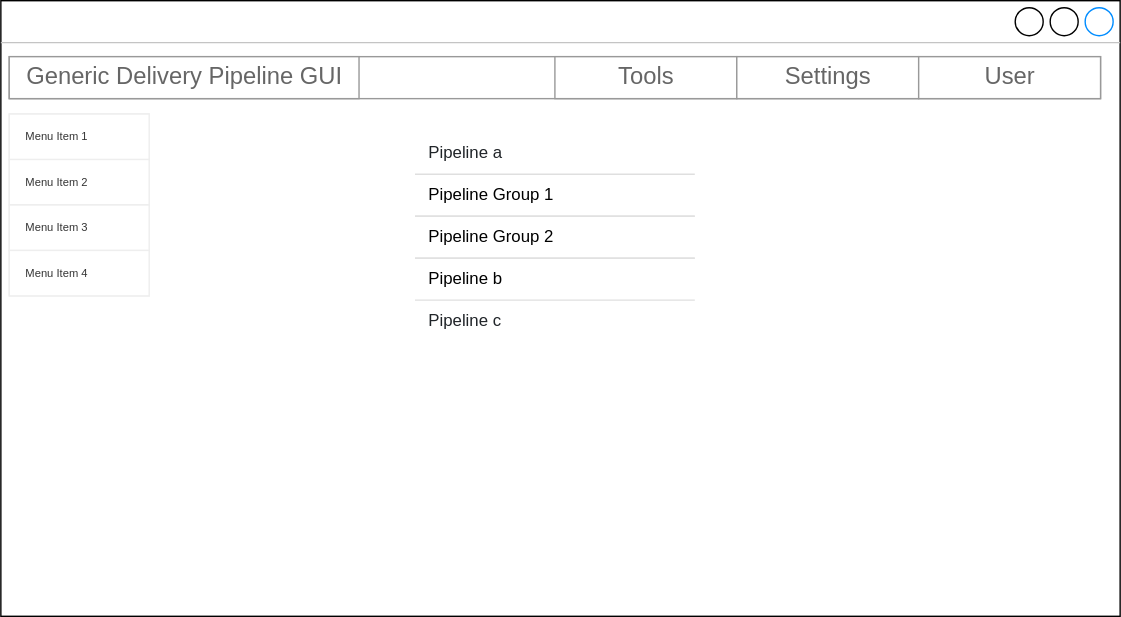
Earlier version of the draw.io export images/start-page.svg (elatella/generic-delivery-pipeline-gui). Source tidied: cells renumbered, new cells last; positions are measured from the earlier drawing's top-left corner, leaving out a move shared by most shapes. The source it was exported from:
```xml
<mxGraphModel>
  <root>
    <mxCell id="0" />
    <mxCell id="1" parent="0" />
    <mxCell id="2" style="strokeWidth=1;shadow=0;dashed=0;align=center;html=1;shape=mxgraph.mockup.containers.window;align=left;verticalAlign=top;spacingLeft=8;strokeColor2=#008cff;strokeColor3=#c4c4c4;fontColor=#666666;mainText=;fontSize=17;labelBackgroundColor=none;" parent="1" vertex="1">
      <mxGeometry width="800" height="440" as="geometry" />
    </mxCell>
    <mxCell id="3" style="strokeWidth=1;html=1;shadow=0;dashed=0;shape=mxgraph.android.rrect;rSize=0;strokeColor=#eeeeee;fillColor=#ffffff;gradientColor=none;" parent="1" vertex="1">
      <mxGeometry x="6" y="81" width="100" height="130" as="geometry" />
    </mxCell>
    <mxCell id="4" value="Menu Item 1" style="strokeColor=inherit;fillColor=inherit;gradientColor=inherit;strokeWidth=1;html=1;shadow=0;dashed=0;shape=mxgraph.android.rrect;rSize=0;align=left;spacingLeft=10;fontSize=8;fontColor=#333333;" parent="3" vertex="1">
      <mxGeometry width="100" height="32.5" as="geometry" />
    </mxCell>
    <mxCell id="5" value="Menu Item 2" style="strokeColor=inherit;fillColor=inherit;gradientColor=inherit;strokeWidth=1;html=1;shadow=0;dashed=0;shape=mxgraph.android.rrect;rSize=0;align=left;spacingLeft=10;fontSize=8;fontColor=#333333;" parent="3" vertex="1">
      <mxGeometry y="32.5" width="100" height="32.5" as="geometry" />
    </mxCell>
    <mxCell id="6" value="Menu Item 3" style="strokeColor=inherit;fillColor=inherit;gradientColor=inherit;strokeWidth=1;html=1;shadow=0;dashed=0;shape=mxgraph.android.rrect;rSize=0;align=left;spacingLeft=10;fontSize=8;fontColor=#333333;" parent="3" vertex="1">
      <mxGeometry y="65" width="100" height="32.5" as="geometry" />
    </mxCell>
    <mxCell id="7" value="Menu Item 4" style="strokeColor=inherit;fillColor=inherit;gradientColor=inherit;strokeWidth=1;html=1;shadow=0;dashed=0;shape=mxgraph.android.rrect;rSize=0;align=left;spacingLeft=10;fontSize=8;fontColor=#333333;" parent="3" vertex="1">
      <mxGeometry y="97.5" width="100" height="32.5" as="geometry" />
    </mxCell>
    <mxCell id="8" style="strokeWidth=1;shadow=0;dashed=0;align=center;html=1;shape=mxgraph.mockup.forms.rrect;rSize=0;strokeColor=#999999;" parent="1" vertex="1">
      <mxGeometry x="6" y="40" width="780" height="30" as="geometry" />
    </mxCell>
    <mxCell id="9" value="Generic Delivery Pipeline GUI" style="strokeColor=inherit;fillColor=inherit;gradientColor=inherit;strokeWidth=1;shadow=0;dashed=0;align=center;html=1;shape=mxgraph.mockup.forms.rrect;rSize=0;fontSize=17;fontColor=#666666;" parent="8" vertex="1">
      <mxGeometry width="250" height="30" as="geometry" />
    </mxCell>
    <mxCell id="10" value="Tools" style="strokeColor=inherit;fillColor=inherit;gradientColor=inherit;strokeWidth=1;shadow=0;dashed=0;align=center;html=1;shape=mxgraph.mockup.forms.rrect;rSize=0;fontSize=17;fontColor=#666666;" parent="8" vertex="1">
      <mxGeometry x="390" width="130" height="30" as="geometry" />
    </mxCell>
    <mxCell id="11" value="Settings" style="strokeColor=inherit;fillColor=inherit;gradientColor=inherit;strokeWidth=1;shadow=0;dashed=0;align=center;html=1;shape=mxgraph.mockup.forms.rrect;rSize=0;fontSize=17;fontColor=#666666;" parent="8" vertex="1">
      <mxGeometry x="520" width="130" height="30" as="geometry" />
    </mxCell>
    <mxCell id="12" value="User" style="strokeColor=inherit;fillColor=inherit;gradientColor=inherit;strokeWidth=1;shadow=0;dashed=0;align=center;html=1;shape=mxgraph.mockup.forms.rrect;rSize=0;fontSize=17;fontColor=#666666;" parent="8" vertex="1">
      <mxGeometry x="650" width="130" height="30" as="geometry" />
    </mxCell>
    <mxCell id="13" value="Pipeline a" style="html=1;strokeColor=none;fillColor=none;fontColor=#212529;perimeter=none;whiteSpace=wrap;align=left;spacing=10;" parent="1" vertex="1">
      <mxGeometry x="296" y="94" width="200" height="30" as="geometry" />
    </mxCell>
    <mxCell id="14" value="Pipeline Group 1" style="shape=partialRectangle;whiteSpace=wrap;left=0;right=0;fillColor=none;strokeColor=#DFDFDF;html=1;shadow=0;dashed=0;perimeter=none;whiteSpace=wrap;align=left;spacing=10;" parent="1" vertex="1">
      <mxGeometry x="296" y="124" width="200" height="30" as="geometry" />
    </mxCell>
    <mxCell id="15" value="Pipeline Group 2" style="shape=partialRectangle;whiteSpace=wrap;left=0;right=0;fillColor=none;strokeColor=#DFDFDF;html=1;shadow=0;dashed=0;perimeter=none;whiteSpace=wrap;align=left;spacing=10;" parent="1" vertex="1">
      <mxGeometry x="296" y="154" width="200" height="30" as="geometry" />
    </mxCell>
    <mxCell id="16" value="Pipeline b" style="shape=partialRectangle;whiteSpace=wrap;left=0;right=0;fillColor=none;strokeColor=#DFDFDF;html=1;shadow=0;dashed=0;perimeter=none;whiteSpace=wrap;align=left;spacing=10;" parent="1" vertex="1">
      <mxGeometry x="296" y="184" width="200" height="30" as="geometry" />
    </mxCell>
    <mxCell id="17" value="Pipeline c" style="html=1;strokeColor=none;fillColor=none;fontColor=#212529;perimeter=none;whiteSpace=wrap;align=left;spacing=10;" parent="1" vertex="1">
      <mxGeometry x="296" y="214" width="200" height="30" as="geometry" />
    </mxCell>
  </root>
</mxGraphModel>
```
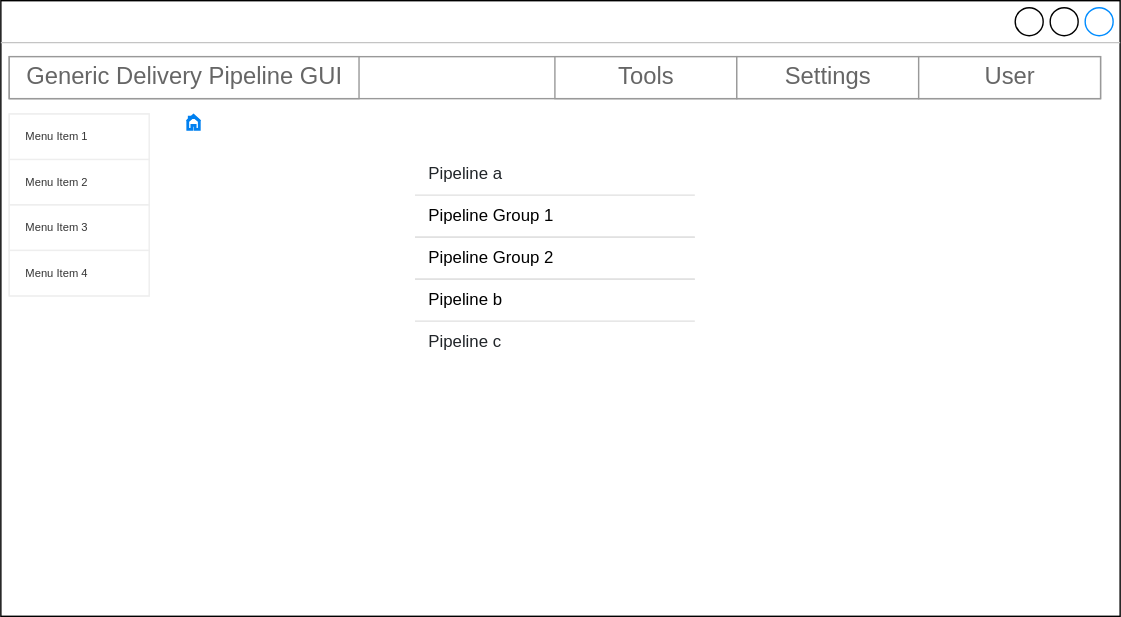
After the commit.

What changed in the source:
```diff
@@ -3,10 +3,10 @@
     <mxCell id="0" />
     <mxCell id="1" parent="0" />
     <mxCell id="2" style="strokeWidth=1;shadow=0;dashed=0;align=center;html=1;shape=mxgraph.mockup.containers.window;align=left;verticalAlign=top;spacingLeft=8;strokeColor2=#008cff;strokeColor3=#c4c4c4;fontColor=#666666;mainText=;fontSize=17;labelBackgroundColor=none;" parent="1" vertex="1">
-      <mxGeometry width="800" height="440" as="geometry" />
+      <mxGeometry y="-15" width="800" height="440" as="geometry" />
     </mxCell>
     <mxCell id="3" style="strokeWidth=1;html=1;shadow=0;dashed=0;shape=mxgraph.android.rrect;rSize=0;strokeColor=#eeeeee;fillColor=#ffffff;gradientColor=none;" parent="1" vertex="1">
-      <mxGeometry x="6" y="81" width="100" height="130" as="geometry" />
+      <mxGeometry x="6" y="66" width="100" height="130" as="geometry" />
     </mxCell>
     <mxCell id="4" value="Menu Item 1" style="strokeColor=inherit;fillColor=inherit;gradientColor=inherit;strokeWidth=1;html=1;shadow=0;dashed=0;shape=mxgraph.android.rrect;rSize=0;align=left;spacingLeft=10;fontSize=8;fontColor=#333333;" parent="3" vertex="1">
       <mxGeometry width="100" height="32.5" as="geometry" />
@@ -21,7 +21,7 @@
       <mxGeometry y="97.5" width="100" height="32.5" as="geometry" />
     </mxCell>
     <mxCell id="8" style="strokeWidth=1;shadow=0;dashed=0;align=center;html=1;shape=mxgraph.mockup.forms.rrect;rSize=0;strokeColor=#999999;" parent="1" vertex="1">
-      <mxGeometry x="6" y="40" width="780" height="30" as="geometry" />
+      <mxGeometry x="6" y="25" width="780" height="30" as="geometry" />
     </mxCell>
     <mxCell id="9" value="Generic Delivery Pipeline GUI" style="strokeColor=inherit;fillColor=inherit;gradientColor=inherit;strokeWidth=1;shadow=0;dashed=0;align=center;html=1;shape=mxgraph.mockup.forms.rrect;rSize=0;fontSize=17;fontColor=#666666;" parent="8" vertex="1">
       <mxGeometry width="250" height="30" as="geometry" />
@@ -50,5 +50,8 @@
     <mxCell id="17" value="Pipeline c" style="html=1;strokeColor=none;fillColor=none;fontColor=#212529;perimeter=none;whiteSpace=wrap;align=left;spacing=10;" parent="1" vertex="1">
       <mxGeometry x="296" y="214" width="200" height="30" as="geometry" />
     </mxCell>
+    <mxCell id="18" style="html=1;verticalLabelPosition=bottom;align=center;labelBackgroundColor=#ffffff;verticalAlign=top;strokeWidth=2;strokeColor=#0080F0;shadow=0;dashed=0;shape=mxgraph.ios7.icons.home;" parent="1" vertex="1">
+      <mxGeometry x="133" y="67" width="9.4" height="10" as="geometry" />
+    </mxCell>
   </root>
 </mxGraphModel>
```
